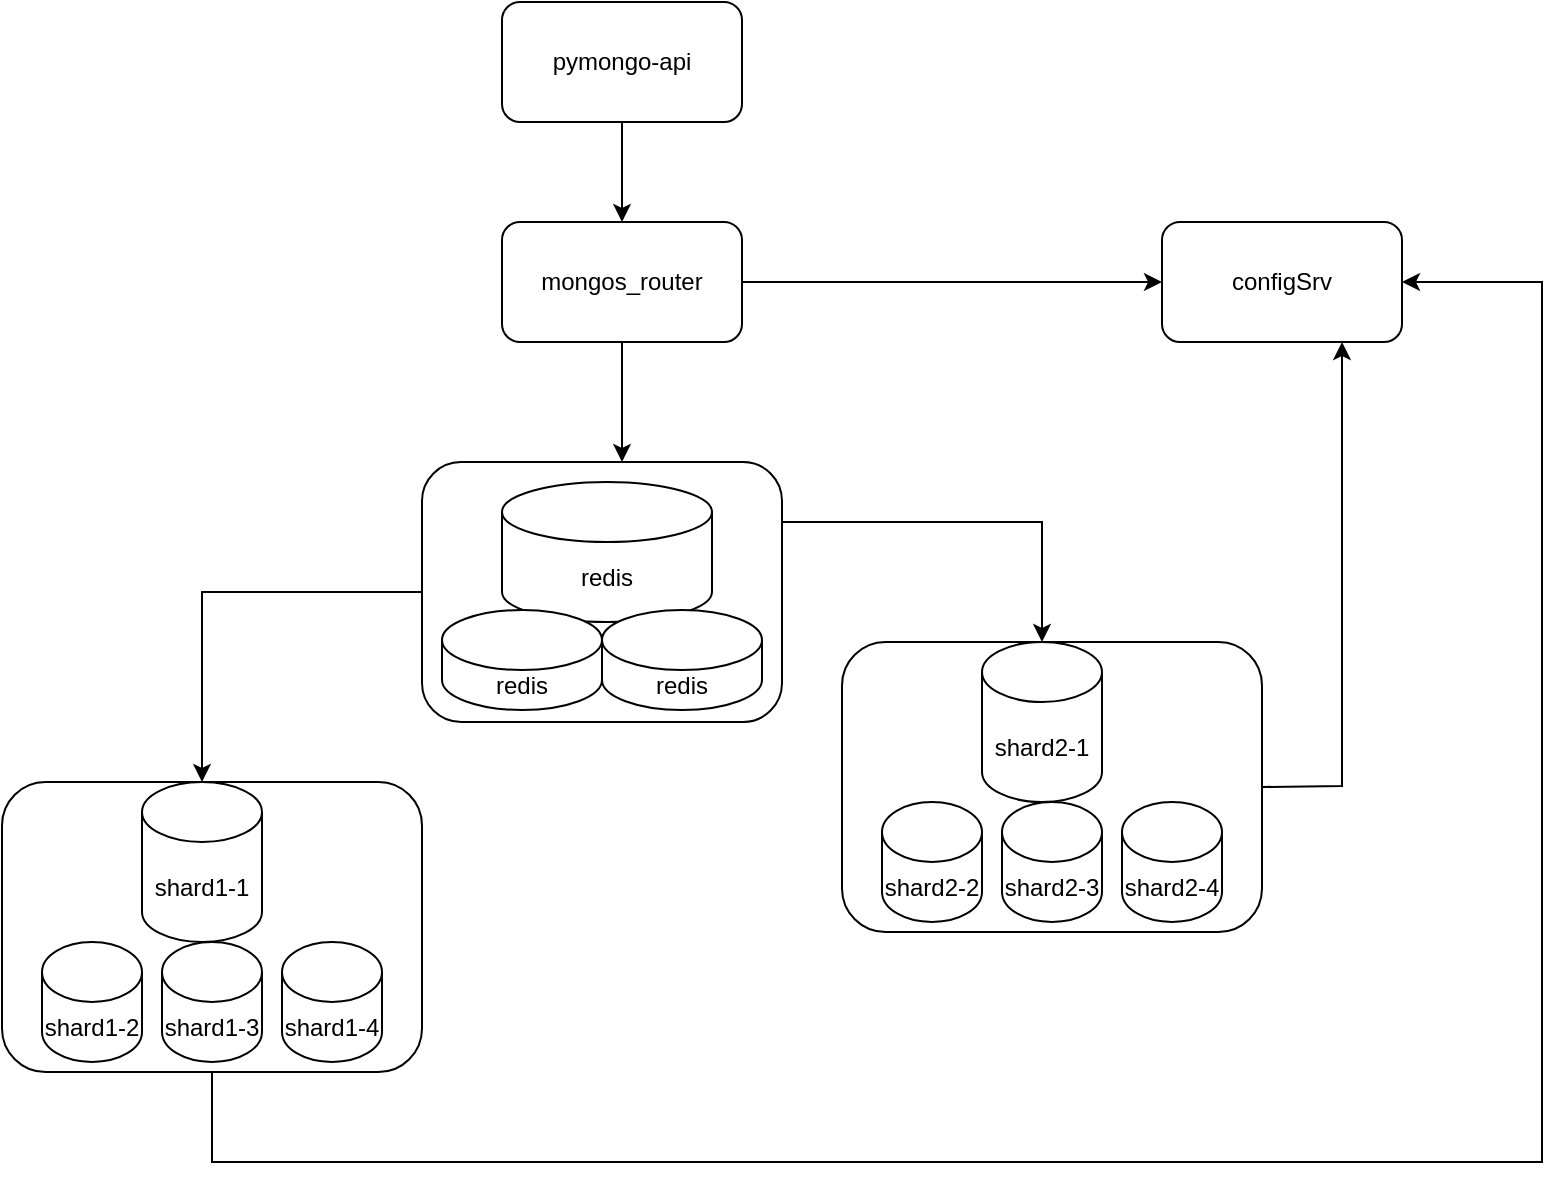
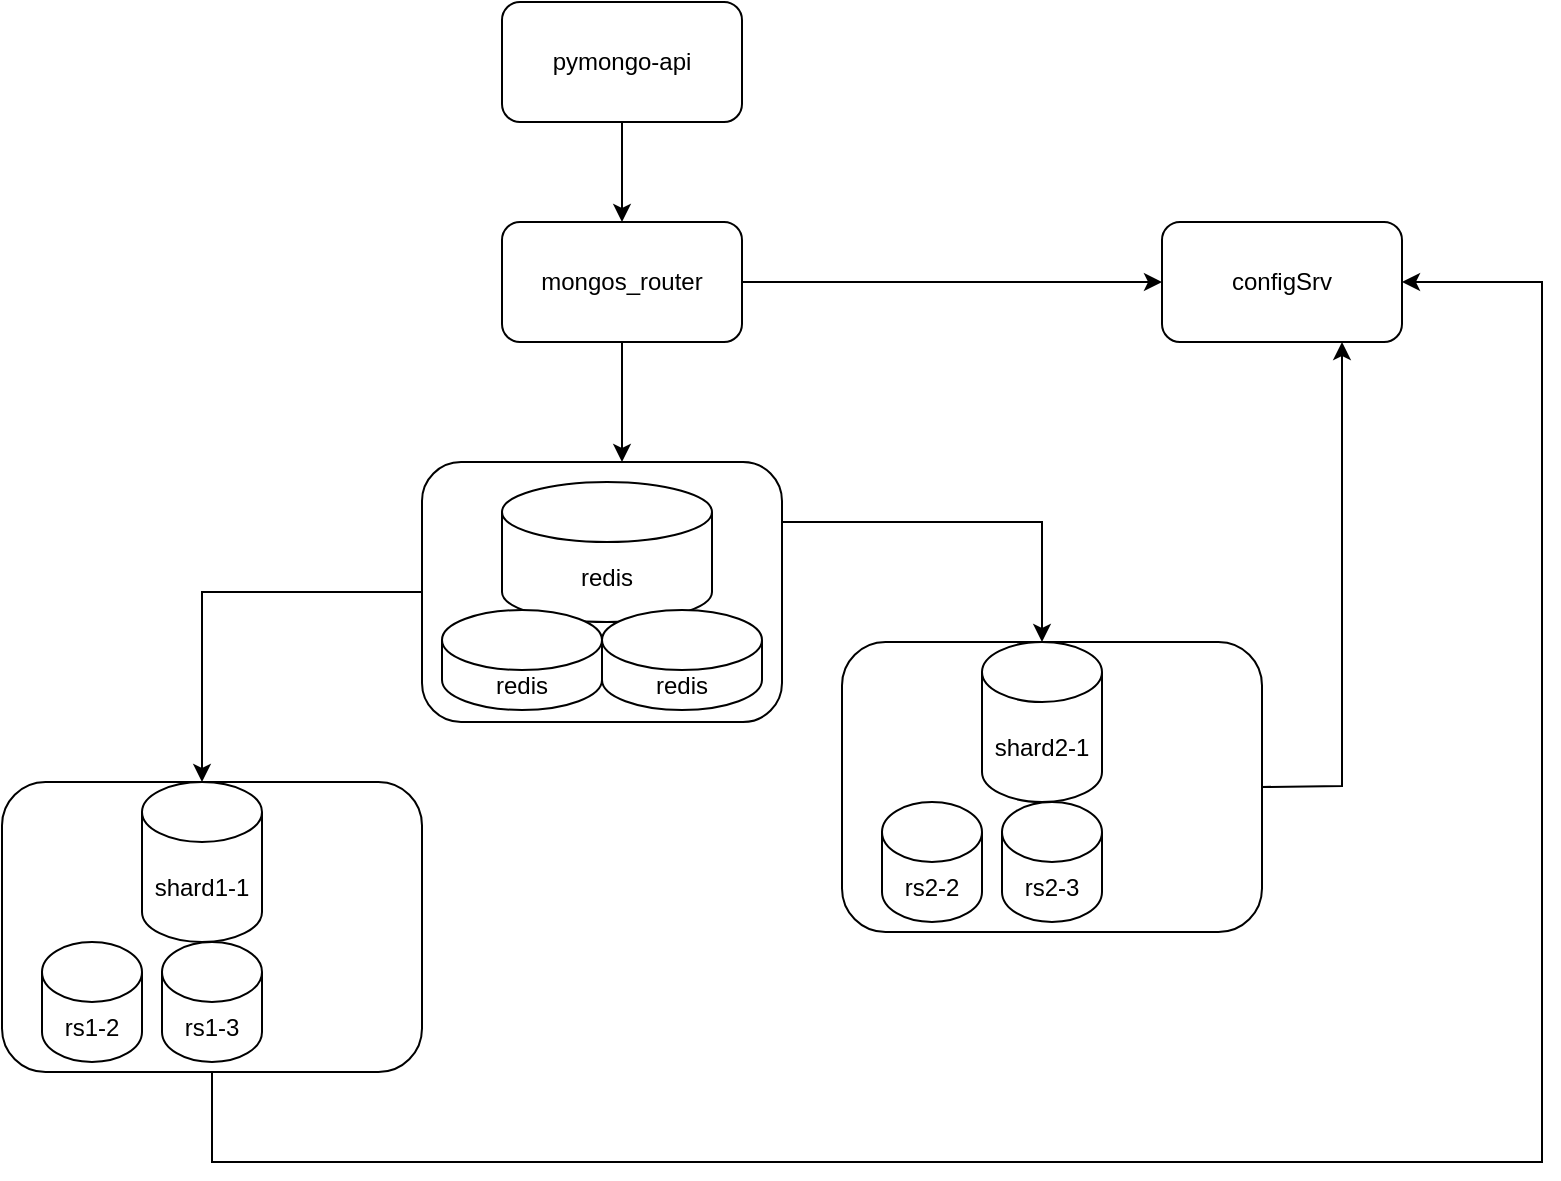
<mxfile host="Electron" agent="Mozilla/5.0 (Macintosh; Intel Mac OS X 10_15_7) AppleWebKit/537.36 (KHTML, like Gecko) draw.io/27.0.9 Chrome/134.0.6998.205 Electron/35.4.0 Safari/537.36" version="27.0.9">
  <diagram name="Page-1" id="-H_mtQnk-PTXWXPvYvuk">
    <mxGraphModel dx="925" dy="706" grid="1" gridSize="10" guides="1" tooltips="1" connect="1" arrows="1" fold="1" page="1" pageScale="1" pageWidth="1169" pageHeight="827" math="0" shadow="0">
      <root>
        <mxCell id="0" />
        <mxCell id="1" parent="0" />
        <mxCell id="CvNH-Yc4kmu2Opaz4pRZ-28" value="" style="rounded=1;whiteSpace=wrap;html=1;" vertex="1" parent="1">
          <mxGeometry x="360" y="330" width="180" height="130" as="geometry" />
        </mxCell>
        <mxCell id="CvNH-Yc4kmu2Opaz4pRZ-20" value="" style="rounded=1;whiteSpace=wrap;html=1;" vertex="1" parent="1">
          <mxGeometry x="570" y="420" width="210" height="145" as="geometry" />
        </mxCell>
        <mxCell id="CvNH-Yc4kmu2Opaz4pRZ-19" value="" style="rounded=1;whiteSpace=wrap;html=1;" vertex="1" parent="1">
          <mxGeometry x="150" y="490" width="210" height="145" as="geometry" />
        </mxCell>
        <mxCell id="zA23MoTUsTF4_91t8viU-2" value="shard1-1" style="shape=cylinder3;whiteSpace=wrap;html=1;boundedLbl=1;backgroundOutline=1;size=15;" parent="1" vertex="1">
          <mxGeometry x="220" y="490" width="60" height="80" as="geometry" />
        </mxCell>
        <mxCell id="zA23MoTUsTF4_91t8viU-3" value="pymongo-api" style="rounded=1;whiteSpace=wrap;html=1;" parent="1" vertex="1">
          <mxGeometry x="400" y="100" width="120" height="60" as="geometry" />
        </mxCell>
        <mxCell id="CvNH-Yc4kmu2Opaz4pRZ-2" value="shard2-1" style="shape=cylinder3;whiteSpace=wrap;html=1;boundedLbl=1;backgroundOutline=1;size=15;" vertex="1" parent="1">
          <mxGeometry x="640" y="420" width="60" height="80" as="geometry" />
        </mxCell>
        <mxCell id="CvNH-Yc4kmu2Opaz4pRZ-4" value="configSrv" style="rounded=1;whiteSpace=wrap;html=1;" vertex="1" parent="1">
          <mxGeometry x="730" y="210" width="120" height="60" as="geometry" />
        </mxCell>
        <mxCell id="CvNH-Yc4kmu2Opaz4pRZ-5" value="mongos_router" style="rounded=1;whiteSpace=wrap;html=1;" vertex="1" parent="1">
          <mxGeometry x="400" y="210" width="120" height="60" as="geometry" />
        </mxCell>
        <mxCell id="CvNH-Yc4kmu2Opaz4pRZ-6" value="" style="endArrow=classic;html=1;rounded=0;exitX=0.5;exitY=1;exitDx=0;exitDy=0;entryX=0.5;entryY=0;entryDx=0;entryDy=0;" edge="1" parent="1" source="zA23MoTUsTF4_91t8viU-3" target="CvNH-Yc4kmu2Opaz4pRZ-5">
          <mxGeometry width="50" height="50" relative="1" as="geometry">
            <mxPoint x="500" y="430" as="sourcePoint" />
            <mxPoint x="550" y="380" as="targetPoint" />
          </mxGeometry>
        </mxCell>
        <mxCell id="CvNH-Yc4kmu2Opaz4pRZ-12" value="" style="endArrow=classic;html=1;rounded=0;exitX=1;exitY=0.5;exitDx=0;exitDy=0;entryX=0;entryY=0.5;entryDx=0;entryDy=0;" edge="1" parent="1" source="CvNH-Yc4kmu2Opaz4pRZ-5" target="CvNH-Yc4kmu2Opaz4pRZ-4">
          <mxGeometry width="50" height="50" relative="1" as="geometry">
            <mxPoint x="580" y="200" as="sourcePoint" />
            <mxPoint x="580" y="290" as="targetPoint" />
          </mxGeometry>
        </mxCell>
-         <mxCell id="CvNH-Yc4kmu2Opaz4pRZ-13" value="shard1-4" style="shape=cylinder3;whiteSpace=wrap;html=1;boundedLbl=1;backgroundOutline=1;size=15;" vertex="1" parent="1">
-           <mxGeometry x="290" y="570" width="50" height="60" as="geometry" />
-         </mxCell>
-         <mxCell id="CvNH-Yc4kmu2Opaz4pRZ-14" value="shard1-3" style="shape=cylinder3;whiteSpace=wrap;html=1;boundedLbl=1;backgroundOutline=1;size=15;" vertex="1" parent="1">
+         <mxCell id="CvNH-Yc4kmu2Opaz4pRZ-14" value="rs1-3" style="shape=cylinder3;whiteSpace=wrap;html=1;boundedLbl=1;backgroundOutline=1;size=15;" vertex="1" parent="1">
          <mxGeometry x="230" y="570" width="50" height="60" as="geometry" />
        </mxCell>
-         <mxCell id="CvNH-Yc4kmu2Opaz4pRZ-15" value="shard1-2" style="shape=cylinder3;whiteSpace=wrap;html=1;boundedLbl=1;backgroundOutline=1;size=15;" vertex="1" parent="1">
+         <mxCell id="CvNH-Yc4kmu2Opaz4pRZ-15" value="rs1-2" style="shape=cylinder3;whiteSpace=wrap;html=1;boundedLbl=1;backgroundOutline=1;size=15;" vertex="1" parent="1">
          <mxGeometry x="170" y="570" width="50" height="60" as="geometry" />
        </mxCell>
-         <mxCell id="CvNH-Yc4kmu2Opaz4pRZ-16" value="shard2-2" style="shape=cylinder3;whiteSpace=wrap;html=1;boundedLbl=1;backgroundOutline=1;size=15;" vertex="1" parent="1">
+         <mxCell id="CvNH-Yc4kmu2Opaz4pRZ-16" value="rs2-2" style="shape=cylinder3;whiteSpace=wrap;html=1;boundedLbl=1;backgroundOutline=1;size=15;" vertex="1" parent="1">
          <mxGeometry x="590" y="500" width="50" height="60" as="geometry" />
        </mxCell>
-         <mxCell id="CvNH-Yc4kmu2Opaz4pRZ-17" value="shard2-3" style="shape=cylinder3;whiteSpace=wrap;html=1;boundedLbl=1;backgroundOutline=1;size=15;" vertex="1" parent="1">
+         <mxCell id="CvNH-Yc4kmu2Opaz4pRZ-17" value="rs2-3" style="shape=cylinder3;whiteSpace=wrap;html=1;boundedLbl=1;backgroundOutline=1;size=15;" vertex="1" parent="1">
          <mxGeometry x="650" y="500" width="50" height="60" as="geometry" />
-         </mxCell>
-         <mxCell id="CvNH-Yc4kmu2Opaz4pRZ-18" value="shard2-4" style="shape=cylinder3;whiteSpace=wrap;html=1;boundedLbl=1;backgroundOutline=1;size=15;" vertex="1" parent="1">
-           <mxGeometry x="710" y="500" width="50" height="60" as="geometry" />
        </mxCell>
        <mxCell id="CvNH-Yc4kmu2Opaz4pRZ-21" value="" style="endArrow=classic;html=1;rounded=0;exitX=0.5;exitY=1;exitDx=0;exitDy=0;entryX=1;entryY=0.5;entryDx=0;entryDy=0;" edge="1" parent="1" source="CvNH-Yc4kmu2Opaz4pRZ-19" target="CvNH-Yc4kmu2Opaz4pRZ-4">
          <mxGeometry width="50" height="50" relative="1" as="geometry">
            <mxPoint x="400" y="530" as="sourcePoint" />
            <mxPoint x="920" y="280" as="targetPoint" />
            <Array as="points">
              <mxPoint x="255" y="680" />
              <mxPoint x="400" y="680" />
              <mxPoint x="920" y="680" />
              <mxPoint x="920" y="240" />
            </Array>
          </mxGeometry>
        </mxCell>
        <mxCell id="CvNH-Yc4kmu2Opaz4pRZ-22" value="" style="endArrow=classic;html=1;rounded=0;exitX=1;exitY=0.5;exitDx=0;exitDy=0;entryX=0.75;entryY=1;entryDx=0;entryDy=0;" edge="1" parent="1" source="CvNH-Yc4kmu2Opaz4pRZ-20" target="CvNH-Yc4kmu2Opaz4pRZ-4">
          <mxGeometry width="50" height="50" relative="1" as="geometry">
            <mxPoint x="820" y="560" as="sourcePoint" />
            <mxPoint x="910" y="730" as="targetPoint" />
            <Array as="points">
              <mxPoint x="820" y="492" />
            </Array>
          </mxGeometry>
        </mxCell>
        <mxCell id="CvNH-Yc4kmu2Opaz4pRZ-23" value="redis" style="shape=cylinder3;whiteSpace=wrap;html=1;boundedLbl=1;backgroundOutline=1;size=15;" vertex="1" parent="1">
          <mxGeometry x="400" y="340" width="105" height="70" as="geometry" />
        </mxCell>
        <mxCell id="CvNH-Yc4kmu2Opaz4pRZ-24" value="redis" style="shape=cylinder3;whiteSpace=wrap;html=1;boundedLbl=1;backgroundOutline=1;size=15;" vertex="1" parent="1">
          <mxGeometry x="370" y="404" width="80" height="50" as="geometry" />
        </mxCell>
        <mxCell id="CvNH-Yc4kmu2Opaz4pRZ-26" value="redis" style="shape=cylinder3;whiteSpace=wrap;html=1;boundedLbl=1;backgroundOutline=1;size=15;" vertex="1" parent="1">
          <mxGeometry x="450" y="404" width="80" height="50" as="geometry" />
        </mxCell>
        <mxCell id="CvNH-Yc4kmu2Opaz4pRZ-29" value="" style="endArrow=classic;html=1;rounded=0;exitX=0.5;exitY=1;exitDx=0;exitDy=0;" edge="1" parent="1" source="CvNH-Yc4kmu2Opaz4pRZ-5">
          <mxGeometry width="50" height="50" relative="1" as="geometry">
            <mxPoint x="530" y="200" as="sourcePoint" />
            <mxPoint x="460" y="330" as="targetPoint" />
          </mxGeometry>
        </mxCell>
        <mxCell id="CvNH-Yc4kmu2Opaz4pRZ-30" value="" style="endArrow=classic;html=1;rounded=0;exitX=0;exitY=0.5;exitDx=0;exitDy=0;entryX=0.5;entryY=0;entryDx=0;entryDy=0;entryPerimeter=0;" edge="1" parent="1" source="CvNH-Yc4kmu2Opaz4pRZ-28" target="zA23MoTUsTF4_91t8viU-2">
          <mxGeometry width="50" height="50" relative="1" as="geometry">
            <mxPoint x="220" y="300" as="sourcePoint" />
            <mxPoint x="220" y="360" as="targetPoint" />
            <Array as="points">
              <mxPoint x="250" y="395" />
            </Array>
          </mxGeometry>
        </mxCell>
        <mxCell id="CvNH-Yc4kmu2Opaz4pRZ-31" value="" style="endArrow=classic;html=1;rounded=0;exitX=1.001;exitY=0.231;exitDx=0;exitDy=0;entryX=0.5;entryY=0;entryDx=0;entryDy=0;entryPerimeter=0;exitPerimeter=0;" edge="1" parent="1" source="CvNH-Yc4kmu2Opaz4pRZ-28" target="CvNH-Yc4kmu2Opaz4pRZ-2">
          <mxGeometry width="50" height="50" relative="1" as="geometry">
            <mxPoint x="460" y="390" as="sourcePoint" />
            <mxPoint x="350" y="485" as="targetPoint" />
            <Array as="points">
              <mxPoint x="670" y="360" />
            </Array>
          </mxGeometry>
        </mxCell>
      </root>
    </mxGraphModel>
  </diagram>
</mxfile>
